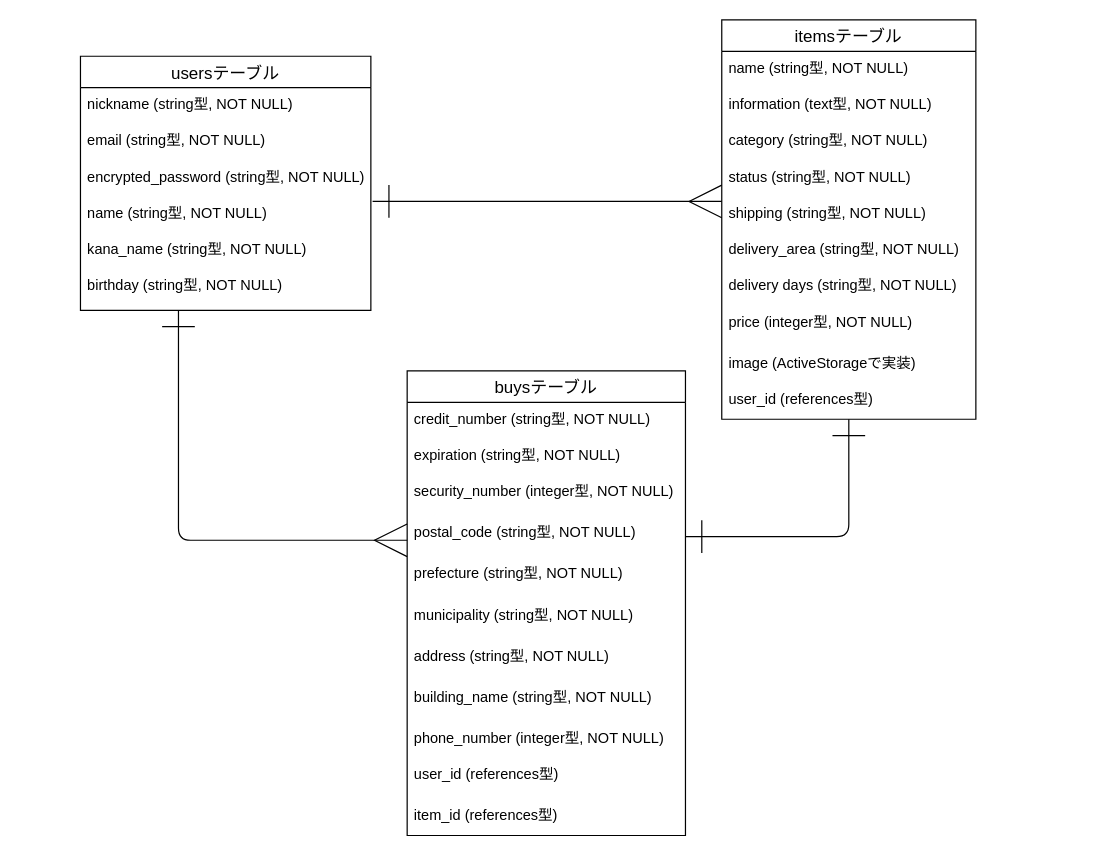
The draw.io diagram furima.dio in tatu0604/furima-36123, before the edit. Source tidied: cells renumbered, new cells numbered last; positions are measured from the earlier drawing's top-left corner, leaving out a move shared by most shapes. Both pictures are drawn from the tidied source at 121%, with x=0, y=0 at pixel (80, 19).
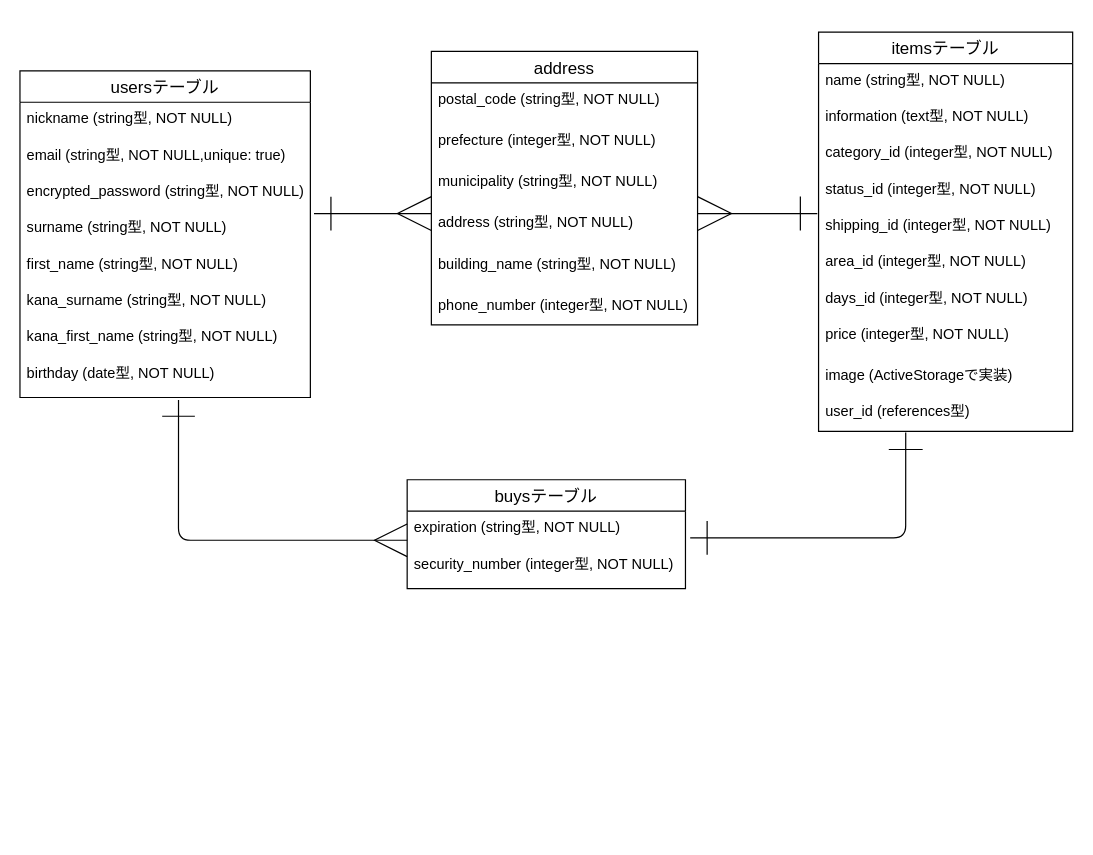
After the change.

Commit message (it also covers changes not shown here):
データベース設計修正2

Unchanged cells that the change refers to:
```xml
<mxCell id="19" value="user_id (references型)" style="text;strokeColor=none;fillColor=none;spacingLeft=4;spacingRight=4;overflow=hidden;points=[[0,0.5],[1,0.5]];portConstraint=eastwest;fontSize=12;" parent="9" vertex="1">
  <mxGeometry y="300" width="210" height="30" as="geometry" />
</mxCell>
```

Diff of the diagram source:
```diff
@@
     <mxCell id="2" value="usersテーブル" style="swimlane;fontStyle=0;horizontal=1;startSize=26;align=center;fontSize=14;" parent="1" vertex="1">
-      <mxGeometry y="30" width="240" height="210" as="geometry" />
+      <mxGeometry x="-50" y="42" width="240" height="270" as="geometry" />
     </mxCell>
@@
-    <mxCell id="4" value="email (string型, NOT NULL)" style="text;strokeColor=none;fillColor=none;spacingLeft=4;spacingRight=4;overflow=hidden;fontSize=12;" parent="2" vertex="1">
+    <mxCell id="4" value="email (string型, NOT NULL,unique: true)" style="text;strokeColor=none;fillColor=none;spacingLeft=4;spacingRight=4;overflow=hidden;fontSize=12;" parent="2" vertex="1">
       <mxGeometry y="56" width="240" height="30" as="geometry" />
     </mxCell>
@@
-    <mxCell id="6" value="name (string型, NOT NULL)" style="text;strokeColor=none;fillColor=none;spacingLeft=4;spacingRight=4;overflow=hidden;points=[[0,0.5],[1,0.5]];portConstraint=eastwest;fontSize=12;" parent="2" vertex="1">
+    <mxCell id="6" value="surname (string型, NOT NULL)" style="text;strokeColor=none;fillColor=none;spacingLeft=4;spacingRight=4;overflow=hidden;points=[[0,0.5],[1,0.5]];portConstraint=eastwest;fontSize=12;" parent="2" vertex="1">
       <mxGeometry y="116" width="240" height="30" as="geometry" />
     </mxCell>
+    <mxCell id="35" value="first_name (string型, NOT NULL)" style="text;strokeColor=none;fillColor=none;spacingLeft=4;spacingRight=4;overflow=hidden;fontSize=12;" parent="2" vertex="1">
+      <mxGeometry y="146" width="240" height="30" as="geometry" />
+    </mxCell>
+    <mxCell id="36" value="kana_surname (string型, NOT NULL)" style="text;strokeColor=none;fillColor=none;spacingLeft=4;spacingRight=4;overflow=hidden;fontSize=12;" parent="2" vertex="1">
+      <mxGeometry y="176" width="240" height="30" as="geometry" />
+    </mxCell>
-    <mxCell id="7" value="kana_name (string型, NOT NULL)" style="text;strokeColor=none;fillColor=none;spacingLeft=4;spacingRight=4;overflow=hidden;fontSize=12;" parent="2" vertex="1">
-      <mxGeometry y="146" width="240" height="30" as="geometry" />
+    <mxCell id="7" value="kana_first_name (string型, NOT NULL)" style="text;strokeColor=none;fillColor=none;spacingLeft=4;spacingRight=4;overflow=hidden;fontSize=12;" parent="2" vertex="1">
+      <mxGeometry y="206" width="240" height="30" as="geometry" />
     </mxCell>
-    <mxCell id="8" value="birthday (string型, NOT NULL)" style="text;strokeColor=none;fillColor=none;spacingLeft=4;spacingRight=4;overflow=hidden;points=[[0,0.5],[1,0.5]];portConstraint=eastwest;fontSize=12;" parent="2" vertex="1">
-      <mxGeometry y="176" width="240" height="34" as="geometry" />
+    <mxCell id="8" value="birthday (date型, NOT NULL)" style="text;strokeColor=none;fillColor=none;spacingLeft=4;spacingRight=4;overflow=hidden;points=[[0,0.5],[1,0.5]];portConstraint=eastwest;fontSize=12;" parent="2" vertex="1">
+      <mxGeometry y="236" width="240" height="34" as="geometry" />
     </mxCell>
     <mxCell id="9" value="itemsテーブル" style="swimlane;fontStyle=0;horizontal=1;startSize=26;align=center;fontSize=14;" parent="1" vertex="1">
-      <mxGeometry x="530" width="210" height="330" as="geometry" />
+      <mxGeometry x="610" y="10" width="210" height="330" as="geometry" />
     </mxCell>
@@
-    <mxCell id="12" value="category (string型, NOT NULL)" style="text;strokeColor=none;fillColor=none;spacingLeft=4;spacingRight=4;overflow=hidden;fontSize=12;" parent="9" vertex="1">
+    <mxCell id="12" value="category_id (integer型, NOT NULL)" style="text;strokeColor=none;fillColor=none;spacingLeft=4;spacingRight=4;overflow=hidden;fontSize=12;" parent="9" vertex="1">
       <mxGeometry y="86" width="210" height="30" as="geometry" />
     </mxCell>
-    <mxCell id="13" value="status (string型, NOT NULL)" style="text;strokeColor=none;fillColor=none;spacingLeft=4;spacingRight=4;overflow=hidden;fontSize=12;" parent="9" vertex="1">
+    <mxCell id="13" value="status_id (integer型, NOT NULL)" style="text;strokeColor=none;fillColor=none;spacingLeft=4;spacingRight=4;overflow=hidden;fontSize=12;" parent="9" vertex="1">
       <mxGeometry y="116" width="210" height="30" as="geometry" />
     </mxCell>
-    <mxCell id="14" value="shipping (string型, NOT NULL)" style="text;strokeColor=none;fillColor=none;spacingLeft=4;spacingRight=4;overflow=hidden;points=[[0,0.5],[1,0.5]];portConstraint=eastwest;fontSize=12;" parent="9" vertex="1">
+    <mxCell id="14" value="shipping_id (integer型, NOT NULL)" style="text;strokeColor=none;fillColor=none;spacingLeft=4;spacingRight=4;overflow=hidden;points=[[0,0.5],[1,0.5]];portConstraint=eastwest;fontSize=12;" parent="9" vertex="1">
       <mxGeometry y="146" width="210" height="30" as="geometry" />
     </mxCell>
-    <mxCell id="15" value="delivery_area (string型, NOT NULL)" style="text;strokeColor=none;fillColor=none;spacingLeft=4;spacingRight=4;overflow=hidden;fontSize=12;" parent="9" vertex="1">
+    <mxCell id="15" value="area_id (integer型, NOT NULL)" style="text;strokeColor=none;fillColor=none;spacingLeft=4;spacingRight=4;overflow=hidden;fontSize=12;" parent="9" vertex="1">
       <mxGeometry y="176" width="210" height="30" as="geometry" />
     </mxCell>
-    <mxCell id="16" value="delivery days (string型, NOT NULL)" style="text;strokeColor=none;fillColor=none;spacingLeft=4;spacingRight=4;overflow=hidden;fontSize=12;" parent="9" vertex="1">
+    <mxCell id="16" value="days_id (integer型, NOT NULL)" style="text;strokeColor=none;fillColor=none;spacingLeft=4;spacingRight=4;overflow=hidden;fontSize=12;" parent="9" vertex="1">
       <mxGeometry y="206" width="210" height="30" as="geometry" />
     </mxCell>
@@
     <mxCell id="20" value="buysテーブル" style="swimlane;fontStyle=0;horizontal=1;startSize=26;align=center;fontSize=14;" parent="1" vertex="1">
-      <mxGeometry x="270" y="290" width="230" height="384" as="geometry" />
+      <mxGeometry x="270" y="380" width="230" height="90" as="geometry" />
     </mxCell>
-    <mxCell id="21" value="credit_number (string型, NOT NULL)" style="text;strokeColor=none;fillColor=none;spacingLeft=4;spacingRight=4;overflow=hidden;fontSize=12;" parent="20" vertex="1">
-      <mxGeometry y="26" width="230" height="30" as="geometry" />
-    </mxCell>
     <mxCell id="22" value="expiration (string型, NOT NULL)" style="text;strokeColor=none;fillColor=none;spacingLeft=4;spacingRight=4;overflow=hidden;points=[[0,0.5],[1,0.5]];portConstraint=eastwest;fontSize=12;" parent="20" vertex="1">
-      <mxGeometry y="56" width="230" height="30" as="geometry" />
+      <mxGeometry y="26" width="230" height="30" as="geometry" />
     </mxCell>
     <mxCell id="23" value="security_number (integer型, NOT NULL)" style="text;strokeColor=none;fillColor=none;spacingLeft=4;spacingRight=4;overflow=hidden;fontSize=12;" parent="20" vertex="1">
-      <mxGeometry y="86" width="230" height="34" as="geometry" />
+      <mxGeometry y="56" width="230" height="34" as="geometry" />
     </mxCell>
+    <mxCell id="33" style="fontSize=12;html=1;endArrow=ERmany;endSize=25;endFill=0;startArrow=ERone;startFill=0;startSize=25;exitX=0.546;exitY=1.059;exitDx=0;exitDy=0;exitPerimeter=0;" parent="1" edge="1" source="8">
+      <mxGeometry relative="1" as="geometry">
+        <mxPoint x="270" y="430" as="targetPoint" />
+        <Array as="points">
+          <mxPoint x="81" y="430" />
+        </Array>
+      </mxGeometry>
+    </mxCell>
+    <mxCell id="37" value="address" style="swimlane;fontStyle=0;horizontal=1;startSize=26;align=center;fontSize=14;" parent="1" vertex="1">
+      <mxGeometry x="290" y="26" width="220" height="226" as="geometry" />
+    </mxCell>
-    <mxCell id="24" value="postal_code (string型, NOT NULL)" style="text;strokeColor=none;fillColor=none;spacingLeft=4;spacingRight=4;overflow=hidden;points=[[0,0.5],[1,0.5]];portConstraint=eastwest;fontSize=12;" parent="20" vertex="1">
-      <mxGeometry y="120" width="230" height="34" as="geometry" />
+    <mxCell id="24" value="postal_code (string型, NOT NULL)" style="text;strokeColor=none;fillColor=none;spacingLeft=4;spacingRight=4;overflow=hidden;points=[[0,0.5],[1,0.5]];portConstraint=eastwest;fontSize=12;" parent="37" vertex="1">
+      <mxGeometry y="26" width="220" height="34" as="geometry" />
     </mxCell>
-    <mxCell id="25" value="prefecture (string型, NOT NULL)" style="text;strokeColor=none;fillColor=none;spacingLeft=4;spacingRight=4;overflow=hidden;fontSize=12;" parent="20" vertex="1">
-      <mxGeometry y="154" width="230" height="34" as="geometry" />
+    <mxCell id="25" value="prefecture (integer型, NOT NULL)" style="text;strokeColor=none;fillColor=none;spacingLeft=4;spacingRight=4;overflow=hidden;fontSize=12;" parent="37" vertex="1">
+      <mxGeometry y="60" width="220" height="34" as="geometry" />
     </mxCell>
-    <mxCell id="26" value="municipality (string型, NOT NULL)" style="text;strokeColor=none;fillColor=none;spacingLeft=4;spacingRight=4;overflow=hidden;fontSize=12;" parent="20" vertex="1">
-      <mxGeometry y="188" width="230" height="34" as="geometry" />
+    <mxCell id="26" value="municipality (string型, NOT NULL)" style="text;strokeColor=none;fillColor=none;spacingLeft=4;spacingRight=4;overflow=hidden;fontSize=12;" parent="37" vertex="1">
+      <mxGeometry y="94" width="220" height="34" as="geometry" />
     </mxCell>
-    <mxCell id="27" value="address (string型, NOT NULL)" style="text;strokeColor=none;fillColor=none;spacingLeft=4;spacingRight=4;overflow=hidden;fontSize=12;" parent="20" vertex="1">
-      <mxGeometry y="222" width="230" height="34" as="geometry" />
+    <mxCell id="27" value="address (string型, NOT NULL)" style="text;strokeColor=none;fillColor=none;spacingLeft=4;spacingRight=4;overflow=hidden;fontSize=12;" parent="37" vertex="1">
+      <mxGeometry y="128" width="220" height="34" as="geometry" />
     </mxCell>
-    <mxCell id="28" value="building_name (string型, NOT NULL)" style="text;strokeColor=none;fillColor=none;spacingLeft=4;spacingRight=4;overflow=hidden;fontSize=12;" parent="20" vertex="1">
-      <mxGeometry y="256" width="230" height="34" as="geometry" />
+    <mxCell id="28" value="building_name (string型, NOT NULL)" style="text;strokeColor=none;fillColor=none;spacingLeft=4;spacingRight=4;overflow=hidden;fontSize=12;" parent="37" vertex="1">
+      <mxGeometry y="162" width="220" height="34" as="geometry" />
     </mxCell>
-    <mxCell id="29" value="phone_number (integer型, NOT NULL)" style="text;strokeColor=none;fillColor=none;spacingLeft=4;spacingRight=4;overflow=hidden;fontSize=12;" parent="20" vertex="1">
-      <mxGeometry y="290" width="230" height="30" as="geometry" />
+    <mxCell id="29" value="phone_number (integer型, NOT NULL)" style="text;strokeColor=none;fillColor=none;spacingLeft=4;spacingRight=4;overflow=hidden;fontSize=12;" parent="37" vertex="1">
+      <mxGeometry y="196" width="220" height="30" as="geometry" />
     </mxCell>
-    <mxCell id="30" value="user_id (references型)" style="text;strokeColor=none;fillColor=none;spacingLeft=4;spacingRight=4;overflow=hidden;fontSize=12;" parent="20" vertex="1">
-      <mxGeometry y="320" width="230" height="34" as="geometry" />
-    </mxCell>
-    <mxCell id="31" value="item_id (references型)" style="text;strokeColor=none;fillColor=none;spacingLeft=4;spacingRight=4;overflow=hidden;fontSize=12;" parent="20" vertex="1">
-      <mxGeometry y="354" width="230" height="30" as="geometry" />
-    </mxCell>
-    <mxCell id="32" style="edgeStyle=entityRelationEdgeStyle;fontSize=12;html=1;endArrow=ERmany;endSize=25;endFill=0;startArrow=ERone;startFill=0;entryX=0;entryY=0.133;entryDx=0;entryDy=0;entryPerimeter=0;exitX=1.006;exitY=0.133;exitDx=0;exitDy=0;exitPerimeter=0;startSize=25;" parent="1" edge="1" source="6" target="14">
-      <mxGeometry relative="1" as="geometry" />
-    </mxCell>
-    <mxCell id="33" style="fontSize=12;html=1;endArrow=ERmany;endSize=25;endFill=0;startArrow=ERone;startFill=0;startSize=25;" parent="1" edge="1">
-      <mxGeometry relative="1" as="geometry">
-        <mxPoint x="81" y="240" as="sourcePoint" />
-        <mxPoint x="270" y="430" as="targetPoint" />
-        <Array as="points">
-          <mxPoint x="81" y="430" />
-        </Array>
-      </mxGeometry>
-    </mxCell>
-    <mxCell id="34" style="edgeStyle=orthogonalEdgeStyle;fontSize=12;html=1;endArrow=ERone;startSize=25;endSize=25;exitX=1;exitY=0.5;exitDx=0;exitDy=0;endFill=0;startArrow=ERone;startFill=0;entryX=0.5;entryY=1;entryDx=0;entryDy=0;entryPerimeter=0;" parent="1" edge="1" source="24" target="19">
-      <mxGeometry relative="1" as="geometry" />
-    </mxCell>
+    <mxCell id="38" style="fontSize=12;html=1;endArrow=ERone;startArrow=ERone;startSize=26;endSize=26;startFill=0;endFill=0;edgeStyle=orthogonalEdgeStyle;exitX=1.017;exitY=0.733;exitDx=0;exitDy=0;exitPerimeter=0;entryX=0.343;entryY=1.033;entryDx=0;entryDy=0;entryPerimeter=0;" parent="1" edge="1" source="22" target="19">
+      <mxGeometry relative="1" as="geometry" />
+    </mxCell>
+    <mxCell id="39" style="fontSize=12;html=1;endArrow=ERmany;startSize=26;endSize=26;startArrow=ERone;startFill=0;" parent="1" edge="1">
+      <mxGeometry relative="1" as="geometry">
+        <mxPoint x="193" y="160" as="sourcePoint" />
+        <mxPoint x="290" y="160" as="targetPoint" />
+      </mxGeometry>
+    </mxCell>
+    <mxCell id="40" style="fontSize=12;html=1;endArrow=ERmany;startSize=26;endSize=26;exitX=-0.005;exitY=0.133;exitDx=0;exitDy=0;exitPerimeter=0;startArrow=ERone;startFill=0;" parent="1" edge="1" source="14">
+      <mxGeometry relative="1" as="geometry">
+        <mxPoint x="510" y="160" as="targetPoint" />
+      </mxGeometry>
+    </mxCell>
```
